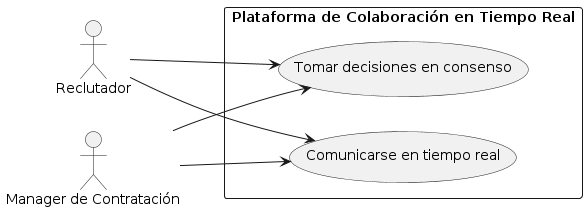
Above: lti/LTI-LGP/assets/caso_uso_2.png in javiTorresDev/AI4Devs-design (PlantUML), before the change.
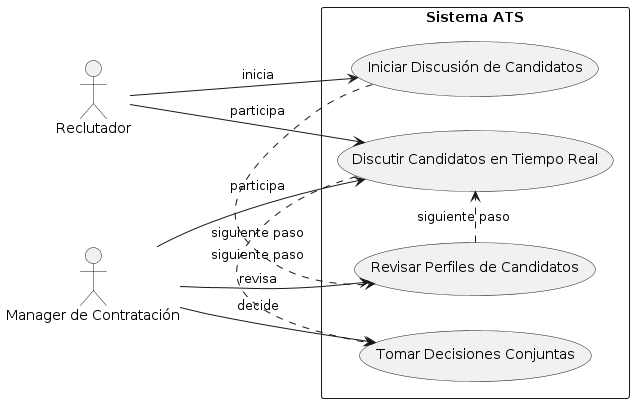
After the change.

The edit, as a diff of the source:
```diff
@@ -1,17 +1,23 @@
 @startuml
 left to right direction
+skinparam packageStyle rectangle
+actor Reclutador
+actor Manager_de_Contratacion as "Manager de Contratación"
 
-actor "Reclutador" as reclutador
-actor "Manager de Contratación" as manager
-
-rectangle "Plataforma de Colaboración en Tiempo Real" {
-    usecase (Comunicarse en tiempo real) as comunicarse
-    usecase (Tomar decisiones en consenso) as decidir
+rectangle "Sistema ATS" {
+  usecase "Iniciar Discusión de Candidatos" as UC1
+  usecase "Revisar Perfiles de Candidatos" as UC2
+  usecase "Discutir Candidatos en Tiempo Real" as UC3
+  usecase "Tomar Decisiones Conjuntas" as UC4
 }
 
-reclutador --> comunicarse
-manager --> comunicarse
+Reclutador --> UC1 : inicia
+Reclutador --> UC3 : participa
+Manager_de_Contratacion --> UC2 : revisa
+Manager_de_Contratacion --> UC3 : participa
+Manager_de_Contratacion --> UC4 : decide
 
-reclutador --> decidir
-manager --> decidir
+UC1 .> UC2 : siguiente paso
+UC2 .> UC3 : siguiente paso
+UC3 .> UC4 : siguiente paso
 @enduml
```
